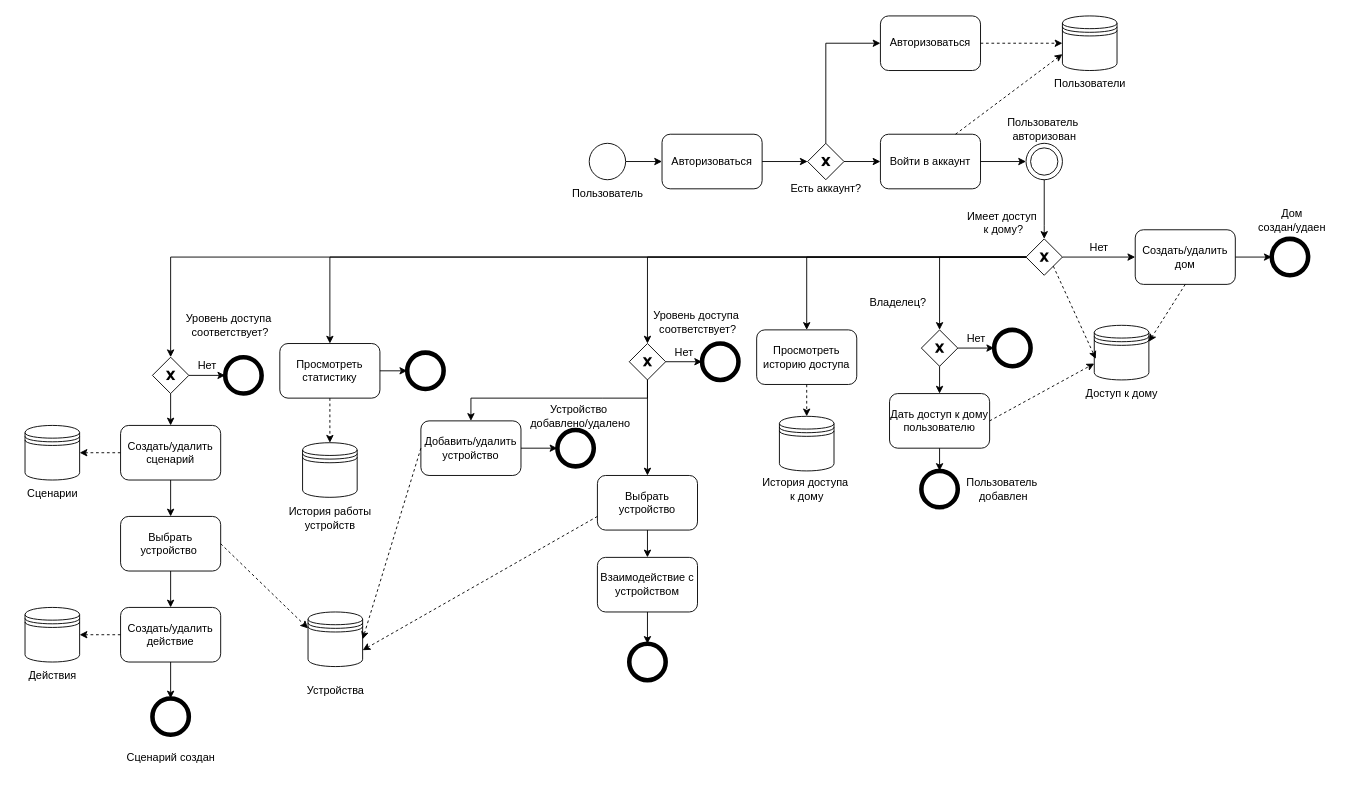
Earlier version of the draw.io diagram other/busmodel.drawio (Mamvriyskiy/IoT_system). Source tidied: cells renumbered, new cells numbered last; positions are measured from the earlier drawing's top-left corner, leaving out a move shared by most shapes. Both pictures are drawn from the tidied source at 91%, with x=0, y=0 at pixel (15, 15).
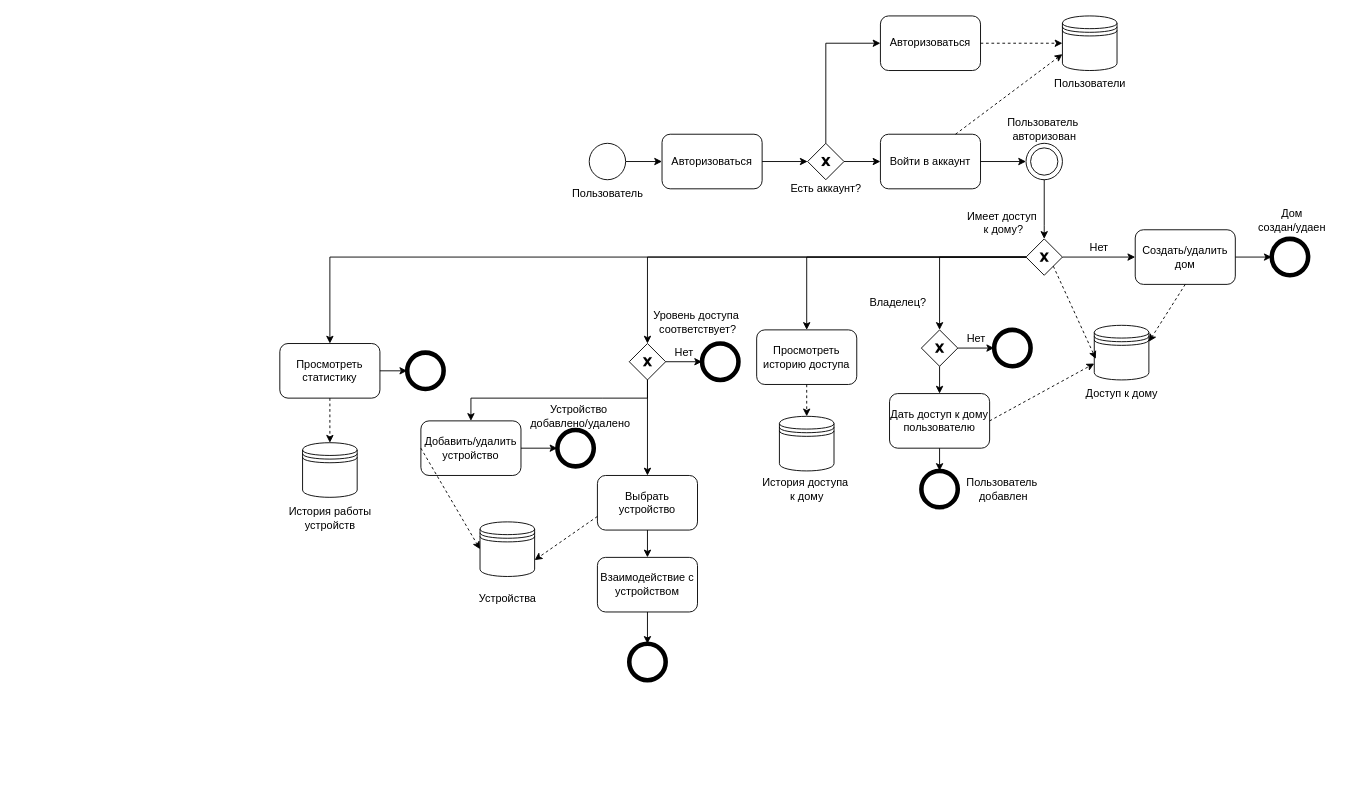
The same diagram, later.

The change refers to these unchanged cells:
```xml
<mxCell id="22" style="rhombus;whiteSpace=wrap;html=1;strokeWidth=1;" parent="1" vertex="1">
  <mxGeometry x="1110" y="245" width="40" height="40" as="geometry" />
</mxCell>
<mxCell id="92" value="Добавить/удалить устройство" style="rounded=1;whiteSpace=wrap;html=1;" parent="1" vertex="1">
  <mxGeometry x="445" y="445" width="110" height="60" as="geometry" />
</mxCell>
```

What changed in the source:
```diff
@@
-    <mxCell id="33" value="Создать/удалить сценарий" style="rounded=1;whiteSpace=wrap;html=1;" parent="1" vertex="1">
-      <mxGeometry x="115" y="450" width="110" height="60" as="geometry" />
-    </mxCell>
@@
     <mxCell id="59" style="shape=datastore;whiteSpace=wrap;html=1;" parent="1" vertex="1">
-      <mxGeometry x="321" y="655" width="60" height="60" as="geometry" />
+      <mxGeometry x="510" y="556" width="60" height="60" as="geometry" />
     </mxCell>
     <mxCell id="60" value="Устройства" style="text;html=1;align=center;verticalAlign=middle;strokeColor=none;fillColor=none;" parent="1" vertex="1">
-      <mxGeometry x="306" y="727" width="90" height="30" as="geometry" />
+      <mxGeometry x="495" y="625" width="90" height="30" as="geometry" />
     </mxCell>
@@
-    <mxCell id="63" style="rhombus;whiteSpace=wrap;html=1;strokeWidth=1;" parent="1" vertex="1">
-      <mxGeometry x="150" y="375" width="40" height="40" as="geometry" />
-    </mxCell>
-    <mxCell id="64" style="verticalLabelPosition=bottom;verticalAlign=top;html=1;shape=mxgraph.basic.x;fillColor=#000000;strokeWidth=0;" parent="1" vertex="1">
-      <mxGeometry x="165" y="390" width="10" height="10" as="geometry" />
-    </mxCell>
-    <mxCell id="65" style="ellipse;whiteSpace=wrap;html=1;strokeWidth=5;" parent="1" vertex="1">
-      <mxGeometry x="230" y="375" width="40" height="40" as="geometry" />
-    </mxCell>
-    <mxCell id="66" style="endArrow=classic;html=1;rounded=0;entryX=0;entryY=0.5;entryDx=0;entryDy=0;" parent="1" edge="1" target="65">
-      <mxGeometry relative="1" as="geometry">
-        <mxPoint x="190" y="395" as="sourcePoint" />
-      </mxGeometry>
-    </mxCell>
-    <mxCell id="67" value="Нет" style="text;html=1;align=center;verticalAlign=middle;strokeColor=none;fillColor=none;" parent="1" vertex="1">
-      <mxGeometry x="190" y="370" width="40" height="30" as="geometry" />
-    </mxCell>
-    <mxCell id="68" value="&lt;div style=&quot;caret-color: rgb(0, 0, 0); color: rgb(0, 0, 0); font-family: Helvetica; font-size: 12px; font-style: normal; font-variant-caps: normal; font-weight: 400; letter-spacing: normal; orphans: auto; text-align: center; text-indent: 0px; text-transform: none; white-space: nowrap; widows: auto; word-spacing: 0px; -webkit-text-stroke-width: 0px; text-decoration: none;&quot;&gt;&lt;br class=&quot;Apple-interchange-newline&quot;&gt;Уровень доступа&amp;nbsp;&lt;/div&gt;&lt;div style=&quot;caret-color: rgb(0, 0, 0); color: rgb(0, 0, 0); font-family: Helvetica; font-size: 12px; font-style: normal; font-variant-caps: normal; font-weight: 400; letter-spacing: normal; orphans: auto; text-align: center; text-indent: 0px; text-transform: none; white-space: nowrap; widows: auto; word-spacing: 0px; -webkit-text-stroke-width: 0px; text-decoration: none;&quot;&gt;соответствует?&lt;/div&gt;" style="text;whiteSpace=wrap;html=1;" parent="1" vertex="1">
-      <mxGeometry x="185" y="305" width="130" height="70" as="geometry" />
-    </mxCell>
-    <mxCell id="69" style="endArrow=classic;html=1;rounded=0;entryX=0.5;entryY=0;entryDx=0;entryDy=0;exitX=0;exitY=0.5;exitDx=0;exitDy=0;" parent="1" edge="1" source="22" target="63">
-      <mxGeometry relative="1" as="geometry">
-        <Array as="points">
-          <mxPoint x="170" y="265" />
-        </Array>
-      </mxGeometry>
-    </mxCell>
-    <mxCell id="70" value="Выбрать устройство&amp;nbsp;" style="rounded=1;whiteSpace=wrap;html=1;" parent="1" vertex="1">
-      <mxGeometry x="115" y="550" width="110" height="60" as="geometry" />
-    </mxCell>
-    <mxCell id="71" value="Создать/удалить действие" style="rounded=1;whiteSpace=wrap;html=1;" parent="1" vertex="1">
-      <mxGeometry x="115" y="650" width="110" height="60" as="geometry" />
-    </mxCell>
-    <mxCell id="72" style="endArrow=classic;html=1;rounded=0;entryX=0.5;entryY=0;entryDx=0;entryDy=0;" parent="1" edge="1" target="33">
-      <mxGeometry relative="1" as="geometry">
-        <mxPoint x="170" y="415" as="sourcePoint" />
-      </mxGeometry>
-    </mxCell>
-    <mxCell id="73" style="endArrow=classic;html=1;rounded=0;entryX=0.5;entryY=0;entryDx=0;entryDy=0;" parent="1" edge="1" target="70">
-      <mxGeometry relative="1" as="geometry">
-        <mxPoint x="170" y="510" as="sourcePoint" />
-      </mxGeometry>
-    </mxCell>
-    <mxCell id="74" style="endArrow=classic;html=1;rounded=0;entryX=0.5;entryY=0;entryDx=0;entryDy=0;exitX=0.5;exitY=1;exitDx=0;exitDy=0;" parent="1" edge="1" source="70" target="71">
-      <mxGeometry relative="1" as="geometry" />
-    </mxCell>
-    <mxCell id="75" style="endArrow=classic;dashed=1;html=1;rounded=0;entryX=0;entryY=0.3;entryDx=0;entryDy=0;exitX=1;exitY=0.5;exitDx=0;exitDy=0;startArrow=none;startFill=0;endFill=1;" parent="1" edge="1" source="70" target="59">
-      <mxGeometry relative="1" as="geometry" />
-    </mxCell>
-    <mxCell id="76" style="shape=datastore;whiteSpace=wrap;html=1;" parent="1" vertex="1">
-      <mxGeometry x="10" y="450" width="60" height="60" as="geometry" />
-    </mxCell>
-    <mxCell id="77" value="Сценарии" style="text;html=1;align=center;verticalAlign=middle;strokeColor=none;fillColor=none;" parent="1" vertex="1">
-      <mxGeometry y="510" width="80" height="30" as="geometry" />
-    </mxCell>
-    <mxCell id="78" style="endArrow=classic;dashed=1;html=1;rounded=0;entryX=1;entryY=0.5;entryDx=0;entryDy=0;exitX=0;exitY=0.5;exitDx=0;exitDy=0;startArrow=none;startFill=0;endFill=1;" parent="1" edge="1" source="33" target="76">
-      <mxGeometry relative="1" as="geometry" />
-    </mxCell>
-    <mxCell id="79" style="shape=datastore;whiteSpace=wrap;html=1;" parent="1" vertex="1">
-      <mxGeometry x="10" y="650" width="60" height="60" as="geometry" />
-    </mxCell>
-    <mxCell id="80" style="endArrow=classic;dashed=1;html=1;rounded=0;entryX=1;entryY=0.5;entryDx=0;entryDy=0;exitX=0;exitY=0.5;exitDx=0;exitDy=0;startArrow=none;startFill=0;endFill=1;" parent="1" edge="1" source="71" target="79">
-      <mxGeometry relative="1" as="geometry" />
-    </mxCell>
-    <mxCell id="81" value="Действия" style="text;html=1;align=center;verticalAlign=middle;strokeColor=none;fillColor=none;" parent="1" vertex="1">
-      <mxGeometry y="710" width="80" height="30" as="geometry" />
-    </mxCell>
@@
-    <mxCell id="87" style="ellipse;whiteSpace=wrap;html=1;strokeWidth=5;" parent="1" vertex="1">
-      <mxGeometry x="150" y="750" width="40" height="40" as="geometry" />
-    </mxCell>
-    <mxCell id="88" style="endArrow=classic;html=1;rounded=0;exitX=0.5;exitY=1;exitDx=0;exitDy=0;entryX=0.5;entryY=0;entryDx=0;entryDy=0;" parent="1" edge="1" source="71" target="87">
-      <mxGeometry relative="1" as="geometry" />
-    </mxCell>
-    <mxCell id="89" value="Сценарий создан" style="text;html=1;align=center;verticalAlign=middle;strokeColor=none;fillColor=none;" parent="1" vertex="1">
-      <mxGeometry x="110" y="800" width="120" height="30" as="geometry" />
-    </mxCell>
@@
-    <mxCell id="97" style="endArrow=classic;dashed=1;html=1;rounded=0;entryX=1;entryY=0.5;entryDx=0;entryDy=0;exitX=0;exitY=0.5;exitDx=0;exitDy=0;startArrow=none;startFill=0;endFill=1;" parent="1" edge="1" source="92" target="59">
+    <mxCell id="97" style="endArrow=classic;dashed=1;html=1;rounded=0;entryX=0;entryY=0.5;entryDx=0;entryDy=0;exitX=0;exitY=0.5;exitDx=0;exitDy=0;startArrow=none;startFill=0;endFill=1;" parent="1" edge="1" source="92" target="59">
       <mxGeometry relative="1" as="geometry" />
     </mxCell>
```
